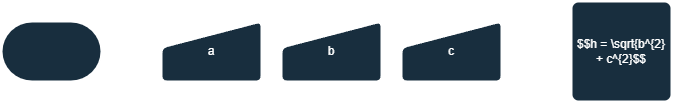
kf-martins-uel/algoritmos-atividade1 keeps this draw.io diagram as Parte-1/atividade4.png. Above is the earlier version. Source tidied: cells renumbered, new cells last; positions are measured from the earlier drawing's top-left corner, leaving out a move shared by most shapes.
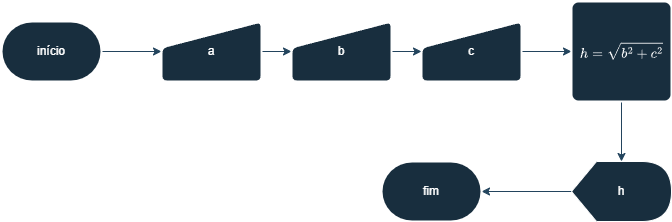
The same diagram one commit later.

The edit, as a diff of the source:
```diff
@@ -2,20 +2,44 @@
   <root>
     <mxCell id="0" />
     <mxCell id="1" parent="0" />
+    <mxCell id="7" style="edgeStyle=orthogonalEdgeStyle;rounded=0;jettySize=auto;html=1;labelBackgroundColor=none;strokeColor=#23445D;fontColor=default;" parent="1" edge="1" source="2" target="3">
+      <mxGeometry relative="1" as="geometry" />
+    </mxCell>
-    <mxCell id="2" style="strokeWidth=2;html=1;shape=mxgraph.flowchart.terminator;whiteSpace=wrap;labelBackgroundColor=none;fillColor=#182E3E;strokeColor=#FFFFFF;fontColor=#FFFFFF;" parent="1" vertex="1">
+    <mxCell id="2" value="início" style="strokeWidth=2;html=1;shape=mxgraph.flowchart.terminator;whiteSpace=wrap;labelBackgroundColor=none;fillColor=#182E3E;strokeColor=#FFFFFF;fontColor=#FFFFFF;" parent="1" vertex="1">
       <mxGeometry y="20" width="100" height="60" as="geometry" />
     </mxCell>
+    <mxCell id="8" style="edgeStyle=orthogonalEdgeStyle;rounded=0;jettySize=auto;html=1;labelBackgroundColor=none;strokeColor=#23445D;fontColor=default;" parent="1" edge="1" source="3" target="5">
+      <mxGeometry relative="1" as="geometry" />
+    </mxCell>
-    <mxCell id="3" value="a" style="html=1;strokeWidth=2;shape=manualInput;whiteSpace=wrap;rounded=1;size=26;arcSize=11;strokeColor=#FFFFFF;fontColor=#FFFFFF;fillColor=#182E3E;" parent="1" vertex="1">
+    <mxCell id="3" value="a" style="html=1;strokeWidth=2;shape=manualInput;whiteSpace=wrap;rounded=1;size=26;arcSize=11;strokeColor=#FFFFFF;fontColor=#FFFFFF;fillColor=#182E3E;labelBackgroundColor=none;" parent="1" vertex="1">
       <mxGeometry x="160" y="20" width="100" height="60" as="geometry" />
     </mxCell>
+    <mxCell id="9" style="edgeStyle=orthogonalEdgeStyle;rounded=0;jettySize=auto;html=1;labelBackgroundColor=none;strokeColor=#23445D;fontColor=default;" parent="1" edge="1" source="4" target="6">
+      <mxGeometry relative="1" as="geometry" />
+    </mxCell>
-    <mxCell id="4" value="c" style="html=1;strokeWidth=2;shape=manualInput;whiteSpace=wrap;rounded=1;size=26;arcSize=11;strokeColor=#FFFFFF;fontColor=#FFFFFF;fillColor=#182E3E;" parent="1" vertex="1">
-      <mxGeometry x="400" y="20" width="100" height="60" as="geometry" />
+    <mxCell id="4" value="c" style="html=1;strokeWidth=2;shape=manualInput;whiteSpace=wrap;rounded=1;size=26;arcSize=11;strokeColor=#FFFFFF;fontColor=#FFFFFF;fillColor=#182E3E;labelBackgroundColor=none;" parent="1" vertex="1">
+      <mxGeometry x="420" y="20" width="100" height="60" as="geometry" />
     </mxCell>
+    <mxCell id="10" style="edgeStyle=orthogonalEdgeStyle;rounded=0;jettySize=auto;html=1;labelBackgroundColor=none;strokeColor=#23445D;fontColor=default;" parent="1" edge="1" source="5" target="4">
+      <mxGeometry relative="1" as="geometry" />
+    </mxCell>
-    <mxCell id="5" value="b" style="html=1;strokeWidth=2;shape=manualInput;whiteSpace=wrap;rounded=1;size=26;arcSize=11;strokeColor=#FFFFFF;fontColor=#FFFFFF;fillColor=#182E3E;" parent="1" vertex="1">
-      <mxGeometry x="280" y="20" width="100" height="60" as="geometry" />
+    <mxCell id="5" value="b" style="html=1;strokeWidth=2;shape=manualInput;whiteSpace=wrap;rounded=1;size=26;arcSize=11;strokeColor=#FFFFFF;fontColor=#FFFFFF;fillColor=#182E3E;labelBackgroundColor=none;" parent="1" vertex="1">
+      <mxGeometry x="290" y="20" width="100" height="60" as="geometry" />
     </mxCell>
+    <mxCell id="11" style="edgeStyle=orthogonalEdgeStyle;rounded=0;jettySize=auto;html=1;strokeColor=#23445D;" parent="1" edge="1" source="6" target="13">
+      <mxGeometry relative="1" as="geometry" />
+    </mxCell>
-    <mxCell id="6" value="$$h = \sqrt{b^{2} + c^{2}$$" style="rounded=1;whiteSpace=wrap;html=1;absoluteArcSize=1;arcSize=14;strokeWidth=2;strokeColor=#FFFFFF;fontColor=#FFFFFF;fillColor=#182E3E;" parent="1" vertex="1">
+    <mxCell id="6" value="$$h = \sqrt{ b^{2} + c^{2} }$$" style="rounded=1;whiteSpace=wrap;html=1;absoluteArcSize=1;arcSize=14;strokeWidth=2;strokeColor=#FFFFFF;fontColor=#FFFFFF;fillColor=#182E3E;labelBackgroundColor=none;" parent="1" vertex="1">
       <mxGeometry x="570" width="100" height="100" as="geometry" />
     </mxCell>
+    <mxCell id="12" style="edgeStyle=orthogonalEdgeStyle;rounded=0;jettySize=auto;html=1;strokeColor=#23445D;" parent="1" edge="1" source="13" target="14">
+      <mxGeometry relative="1" as="geometry" />
+    </mxCell>
+    <mxCell id="13" value="h" style="shape=display;whiteSpace=wrap;html=1;labelBackgroundColor=none;fillColor=#182E3E;strokeColor=#FFFFFF;fontColor=#FFFFFF;" parent="1" vertex="1">
+      <mxGeometry x="570" y="160" width="100" height="60" as="geometry" />
+    </mxCell>
+    <mxCell id="14" value="fim" style="strokeWidth=2;html=1;shape=mxgraph.flowchart.terminator;whiteSpace=wrap;labelBackgroundColor=none;fillColor=#182E3E;strokeColor=#FFFFFF;fontColor=#FFFFFF;" parent="1" vertex="1">
+      <mxGeometry x="380" y="160" width="100" height="60" as="geometry" />
+    </mxCell>
   </root>
 </mxGraphModel>
```
